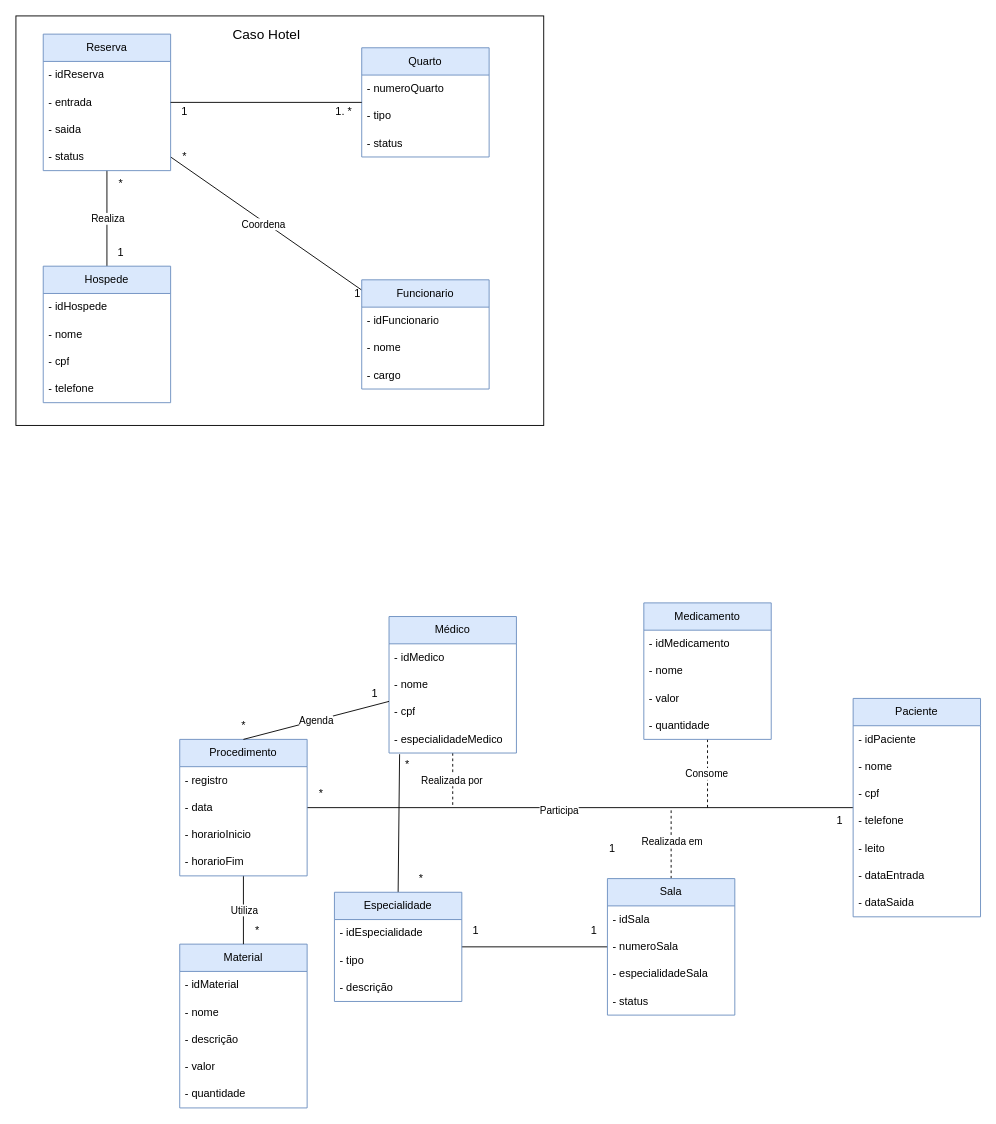
The draw.io diagram atividade-22-08/atividade.drawio in victorvida12/EngenhariaSoftwareII, before the edit. Source tidied: cells renumbered, new cells numbered last; positions are measured from the earlier drawing's top-left corner, leaving out a move shared by most shapes. Both pictures are drawn from the tidied source at 91%, with x=0, y=0 at pixel (15, 15).
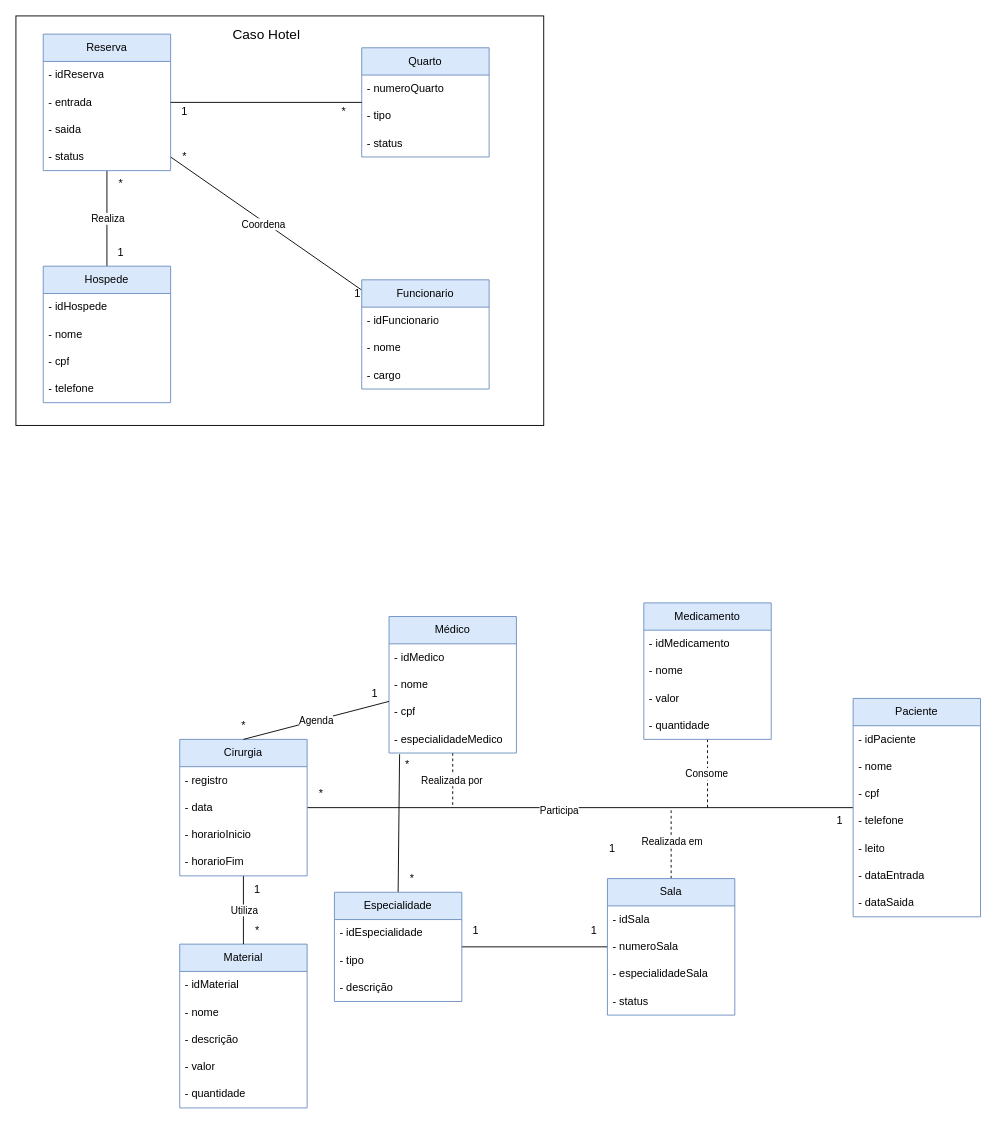
The same diagram, later.

Unchanged cells that the change refers to:
```xml
<mxCell id="4" style="group;" parent="2" vertex="1">
  <mxGeometry x="30" y="20" width="490" height="405" as="geometry" />
</mxCell>
```

Change to the diagram source:
```diff
@@
-    <mxCell id="30" value="1. *" style="text;html=1;align=center;verticalAlign=middle;strokeColor=none;fillColor=none;" parent="4" vertex="1">
-      <mxGeometry x="310" y="70" width="40" height="30" as="geometry" />
+    <mxCell id="30" value="*" style="text;html=1;align=center;verticalAlign=middle;strokeColor=none;fillColor=none;" parent="4" vertex="1">
+      <mxGeometry x="315" y="70" width="30" height="30" as="geometry" />
     </mxCell>
@@
-    <mxCell id="80" value="Procedimento" style="swimlane;fontStyle=0;horizontal=1;startSize=30;whiteSpace=wrap;html=1;fillColor=#dae8fc;strokeColor=#6c8ebf;" parent="1" vertex="1">
+    <mxCell id="80" value="Cirurgia" style="swimlane;fontStyle=0;horizontal=1;startSize=30;whiteSpace=wrap;html=1;fillColor=#dae8fc;strokeColor=#6c8ebf;" parent="1" vertex="1">
       <mxGeometry x="180" y="795" width="140" height="150" as="geometry" />
     </mxCell>
@@
     <mxCell id="94" value="*" style="text;html=1;align=center;verticalAlign=middle;strokeColor=none;fillColor=none;" parent="1" vertex="1">
-      <mxGeometry x="430" y="933" width="30" height="30" as="geometry" />
+      <mxGeometry x="420" y="933" width="30" height="30" as="geometry" />
     </mxCell>
@@
+    <mxCell id="97" value="1" style="text;html=1;align=center;verticalAlign=middle;strokeColor=none;fillColor=none;" parent="1" vertex="1">
+      <mxGeometry x="250" y="945" width="30" height="30" as="geometry" />
+    </mxCell>
```
